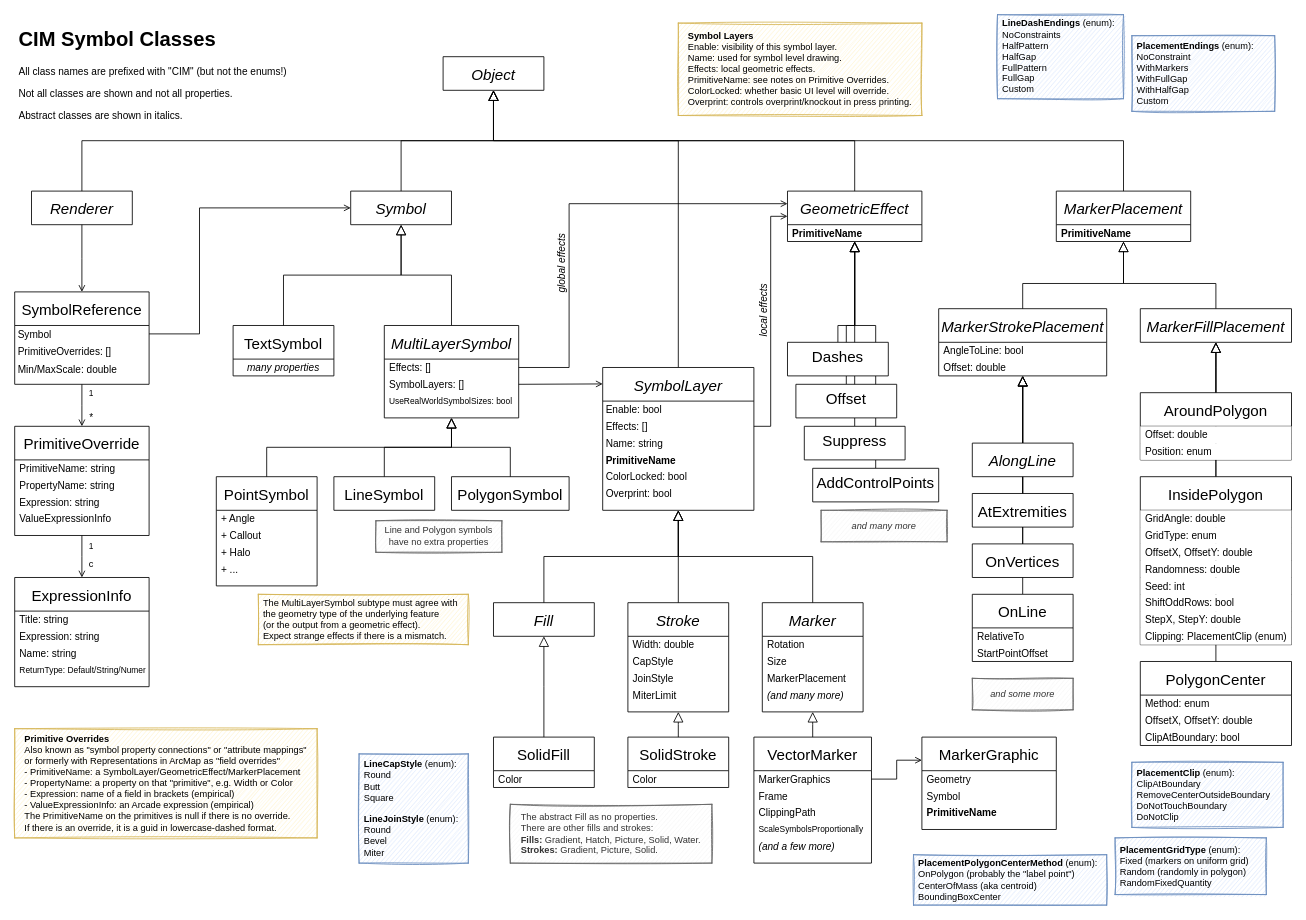
ProSuite/ProSuite keeps this draw.io diagram as page "Symbol" (2 of 2) of doc/ProSDK/CIMClassDiagrams.drawio. Above is the earlier version. Source tidied: cells renumbered, new cells numbered last; positions are measured from the earlier drawing's top-left corner, leaving out a move shared by most shapes. Both pictures are drawn from the tidied source at 84%, with x=0, y=0 at pixel (14, 14).
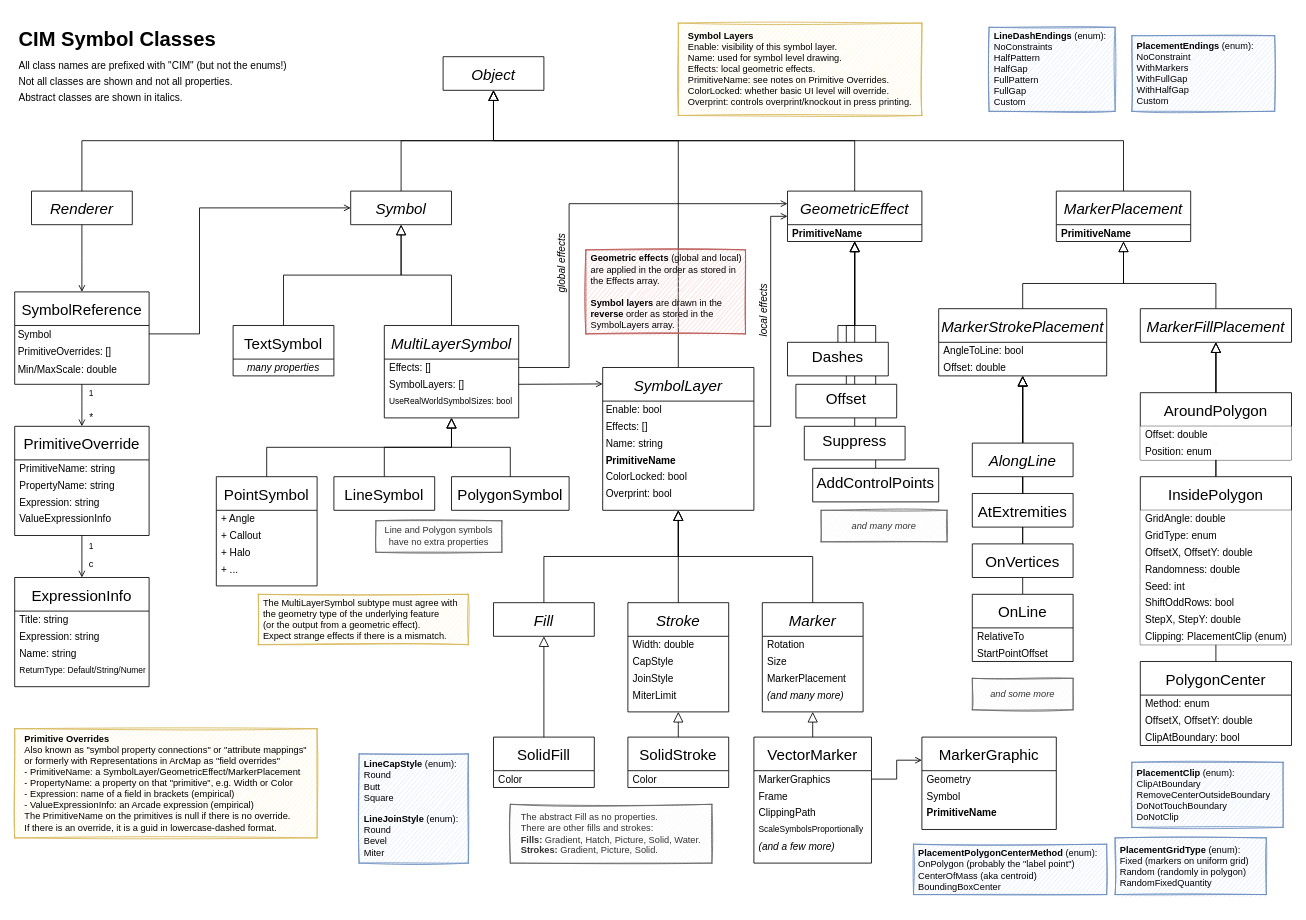
The same page after the edit.

Commit message (it also covers changes not shown here):
Update class diagrams (add .png renderings for convenience)

Diff of the diagram source:
```diff
@@
-    <mxCell id="2" value="&lt;h1&gt;CIM Symbol Classes&lt;/h1&gt;&lt;p&gt;All class names are prefixed with &quot;CIM&quot; (but not the enums!)&lt;/p&gt;Not all classes are shown and not all properties.&lt;p&gt;Abstract classes are shown in italics.&lt;/p&gt;" style="text;html=1;strokeColor=none;fillColor=none;spacing=5;spacingTop=-20;whiteSpace=wrap;overflow=hidden;rounded=0;" parent="1" vertex="1">
+    <mxCell id="2" value="&lt;h1&gt;CIM Symbol Classes&lt;/h1&gt;&lt;p style=&quot;line-height: 0%;&quot;&gt;All class names are prefixed with &quot;CIM&quot; (but not the enums!)&lt;/p&gt;Not all classes are shown and not all properties.&lt;p style=&quot;line-height: 0%;&quot;&gt;Abstract classes are shown in italics.&lt;/p&gt;" style="text;html=1;strokeColor=none;fillColor=none;spacing=5;spacingTop=-20;whiteSpace=wrap;overflow=hidden;rounded=0;" parent="1" vertex="1">
       <mxGeometry y="10" width="360" height="130" as="geometry" />
     </mxCell>
@@
     <mxCell id="148" value="&lt;b&gt;PlacementPolygonCenterMethod&lt;/b&gt;&amp;nbsp;(enum):&lt;br&gt;OnPolygon (probably the &quot;label point&quot;)&lt;br&gt;CenterOfMass (aka centroid)&lt;br&gt;BoundingBoxCenter" style="text;html=1;strokeColor=#6c8ebf;fillColor=#dae8fc;align=left;verticalAlign=middle;whiteSpace=wrap;rounded=0;fontSize=11;sketch=1;spacingLeft=4;" parent="1" vertex="1">
-      <mxGeometry x="1070" y="1000" width="230" height="60" as="geometry" />
+      <mxGeometry x="1070" y="987.5" width="230" height="60" as="geometry" />
     </mxCell>
@@
     <mxCell id="150" value="&lt;b&gt;LineDashEndings&lt;/b&gt;&amp;nbsp;(enum):&lt;br&gt;NoConstraints&lt;br&gt;HalfPattern&lt;br&gt;HalfGap&lt;br&gt;FullPattern&lt;br&gt;FullGap&lt;br&gt;Custom" style="text;html=1;strokeColor=#6c8ebf;fillColor=#dae8fc;align=left;verticalAlign=middle;whiteSpace=wrap;rounded=0;fontSize=11;sketch=1;spacingLeft=4;" parent="1" vertex="1">
-      <mxGeometry x="1170" width="150" height="100" as="geometry" />
+      <mxGeometry x="1160" y="15" width="150" height="100" as="geometry" />
     </mxCell>
@@
+    <mxCell id="155" value="&lt;div style=&quot;font-size: 11px&quot;&gt;&lt;b&gt;Geometric effects&lt;/b&gt; (global and local) are applied in the order as stored in the Effects array.&lt;/div&gt;&lt;div style=&quot;font-size: 11px&quot;&gt;&lt;br&gt;&lt;/div&gt;&lt;div style=&quot;font-size: 11px&quot;&gt;&lt;b&gt;Symbol layers&lt;/b&gt; are drawn in the &lt;b&gt;reverse&lt;/b&gt; order as stored in the SymbolLayers array.&lt;/div&gt;" style="text;html=1;strokeColor=#b85450;fillColor=#f8cecc;align=left;verticalAlign=middle;whiteSpace=wrap;rounded=0;fontSize=11;sketch=1;spacingLeft=4;" parent="1" vertex="1">
+      <mxGeometry x="680" y="280" width="190" height="100" as="geometry" />
+    </mxCell>
```
